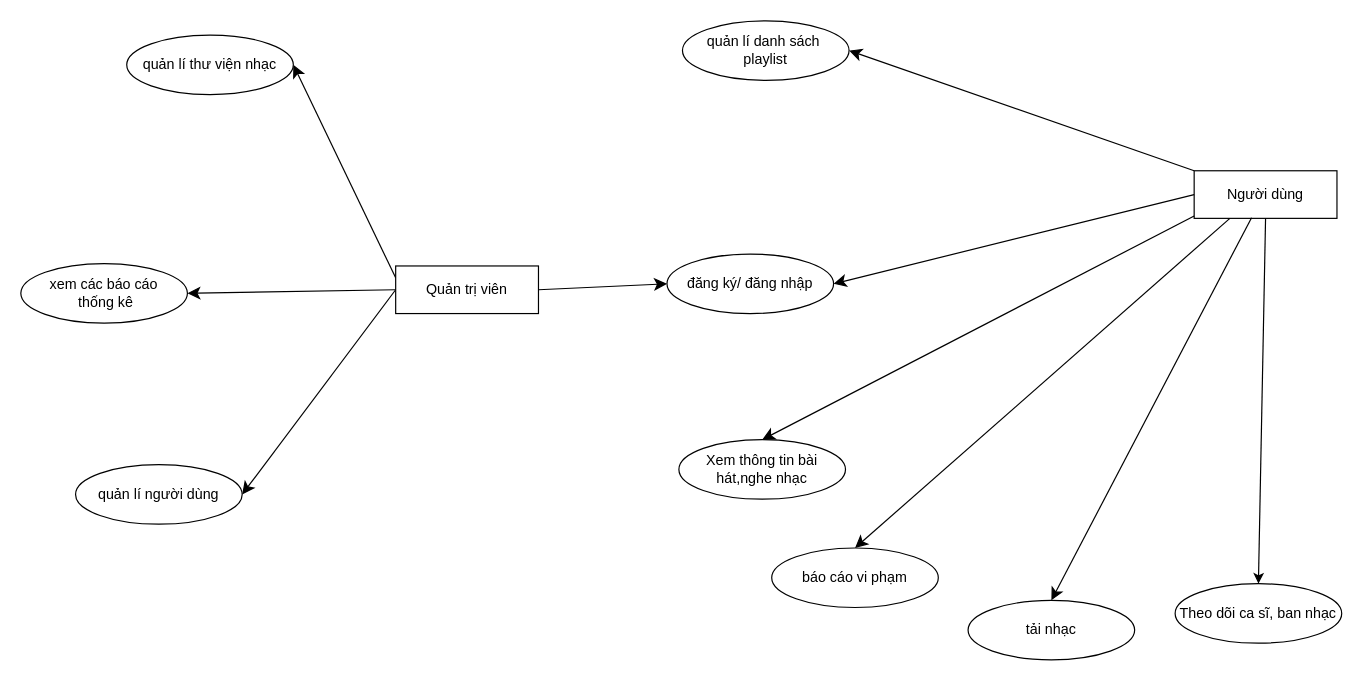
Above: Documentation/Diagram Files/UseCase/UseCaseTongQuat.drawio in myssal/Project1 (draw.io), before the change. Source tidied: cells renumbered, new cells numbered last; positions are measured from the earlier drawing's top-left corner, leaving out a move shared by most shapes. Both pictures are drawn from the tidied source at 119%, with x=0, y=0 at pixel (20, 20).
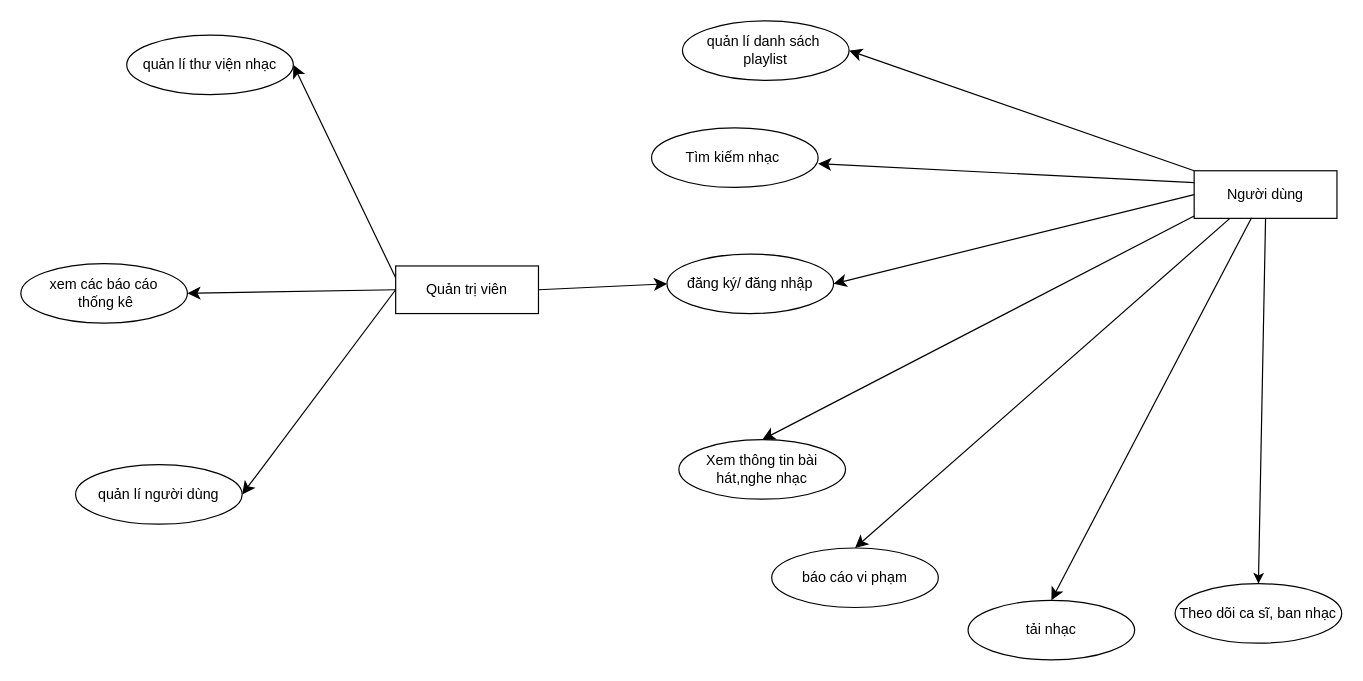
The same diagram, later.

The change refers to these unchanged cells:
```xml
<mxCell id="10" value="Người dùng" style="rounded=0;whiteSpace=wrap;html=1;" parent="1" vertex="1">
  <mxGeometry x="986" y="126" width="120" height="40" as="geometry" />
</mxCell>
```

Change to the diagram source:
```diff
@@
+    <mxCell id="23" style="endArrow=classic;html=1;rounded=0;fontSize=12;startSize=8;endSize=8;curved=1;exitX=0;exitY=0.25;exitDx=0;exitDy=0;" parent="1" edge="1" source="10">
+      <mxGeometry relative="1" as="geometry">
+        <mxPoint x="670" y="120" as="targetPoint" />
+      </mxGeometry>
+    </mxCell>
+    <mxCell id="24" value="Tìm kiếm nhạc&amp;nbsp;" style="ellipse;whiteSpace=wrap;html=1;direction=west;" parent="1" vertex="1">
+      <mxGeometry x="530" y="90" width="140" height="50" as="geometry" />
+    </mxCell>
```
